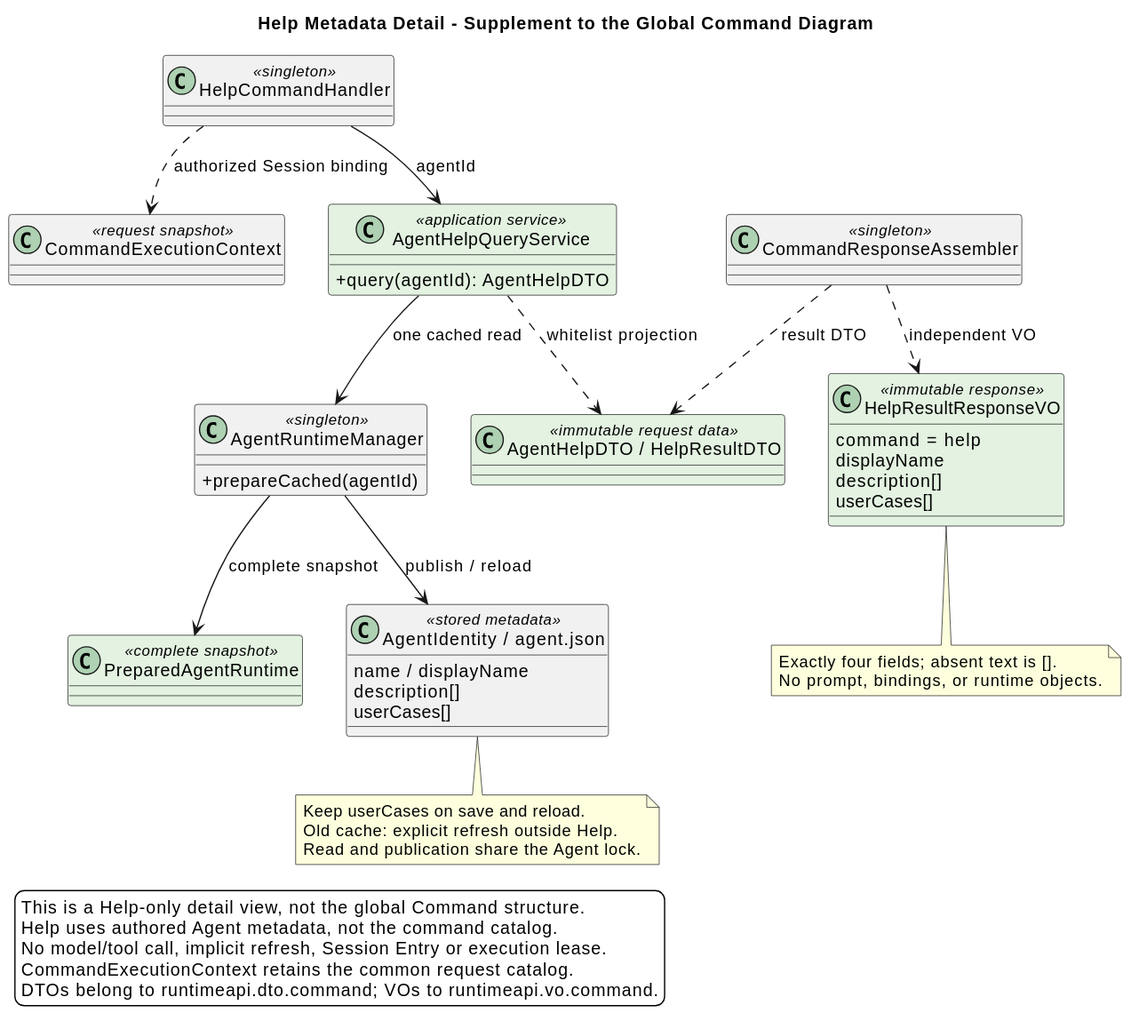
This is 04-命令与技能/01-内置命令/Help-Agent使用指南/target_help_metadata_classes.svg from ssm0808/pi-mono-java-design, a PlantUML export, as it was before one commit.
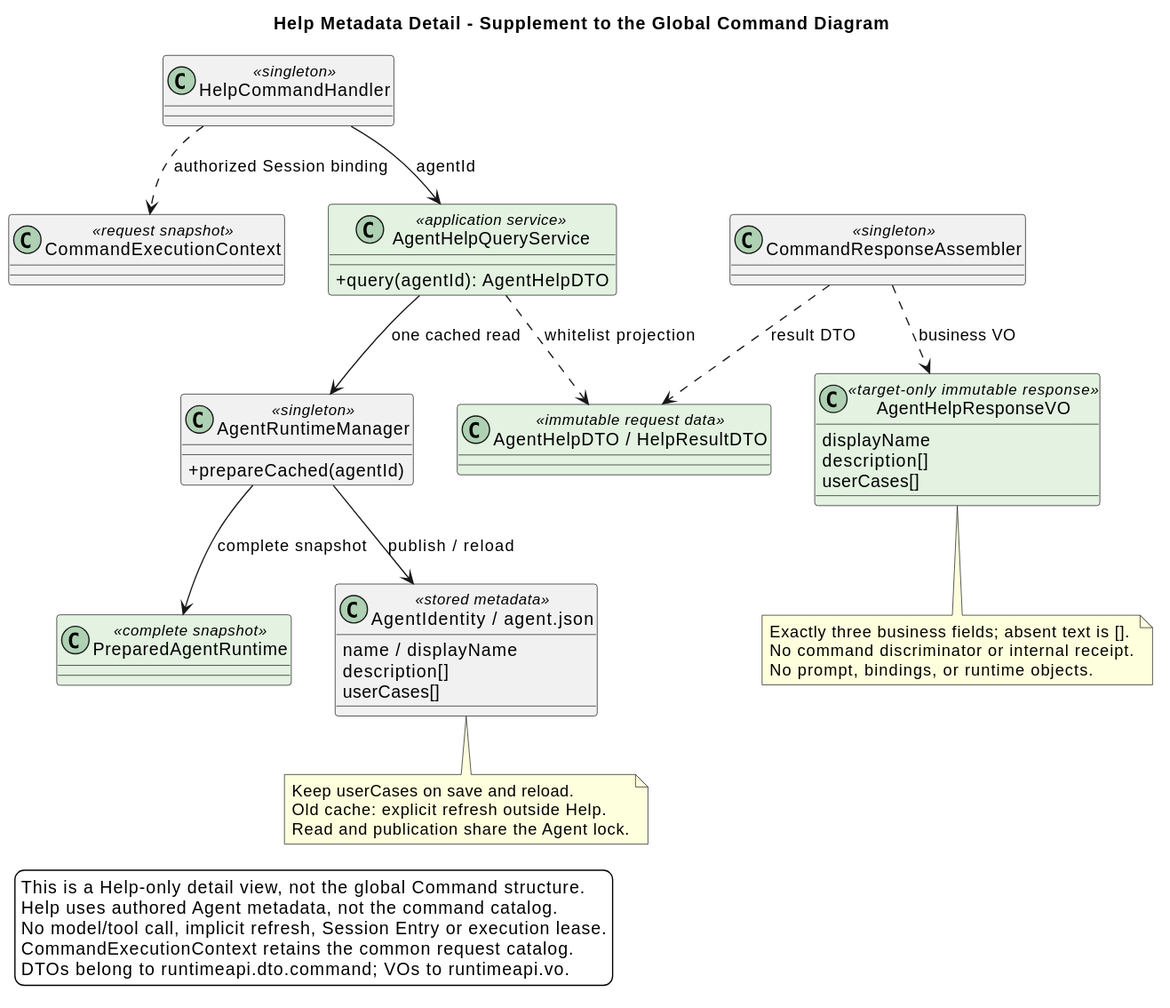
The same file after the commit.

What changed in the source:
```diff
@@ -23,8 +23,7 @@
 }
 class "AgentHelpDTO / HelpResultDTO" as HelpData <<immutable request data>> #E3F2E1
 class CommandResponseAssembler <<singleton>>
-class HelpResultResponseVO <<immutable response>> #E3F2E1 {
-  command = help
+class AgentHelpResponseVO <<target-only immutable response>> #E3F2E1 {
   displayName
   description[]
   userCases[]
@@ -37,7 +36,7 @@
 AgentRuntimeManager --> AgentIdentity : publish / reload
 AgentHelpQueryService ..> HelpData : whitelist projection
 CommandResponseAssembler ..> HelpData : result DTO
-CommandResponseAssembler ..> HelpResultResponseVO : independent VO
+CommandResponseAssembler ..> AgentHelpResponseVO : business VO
 
 note bottom of AgentIdentity
 Keep userCases on save and reload.
@@ -45,8 +44,9 @@
 Read and publication share the Agent lock.
 end note
 
-note bottom of HelpResultResponseVO
-Exactly four fields; absent text is [].
+note bottom of AgentHelpResponseVO
+Exactly three business fields; absent text is [].
+No command discriminator or internal receipt.
 No prompt, bindings, or runtime objects.
 end note
 
@@ -55,6 +55,6 @@
 Help uses authored Agent metadata, not the command catalog.
 No model/tool call, implicit refresh, Session Entry or execution lease.
 CommandExecutionContext retains the common request catalog.
-DTOs belong to runtimeapi.dto.command; VOs to runtimeapi.vo.command.
+DTOs belong to runtimeapi.dto.command; VOs to runtimeapi.vo.
 endlegend
 @enduml
```
